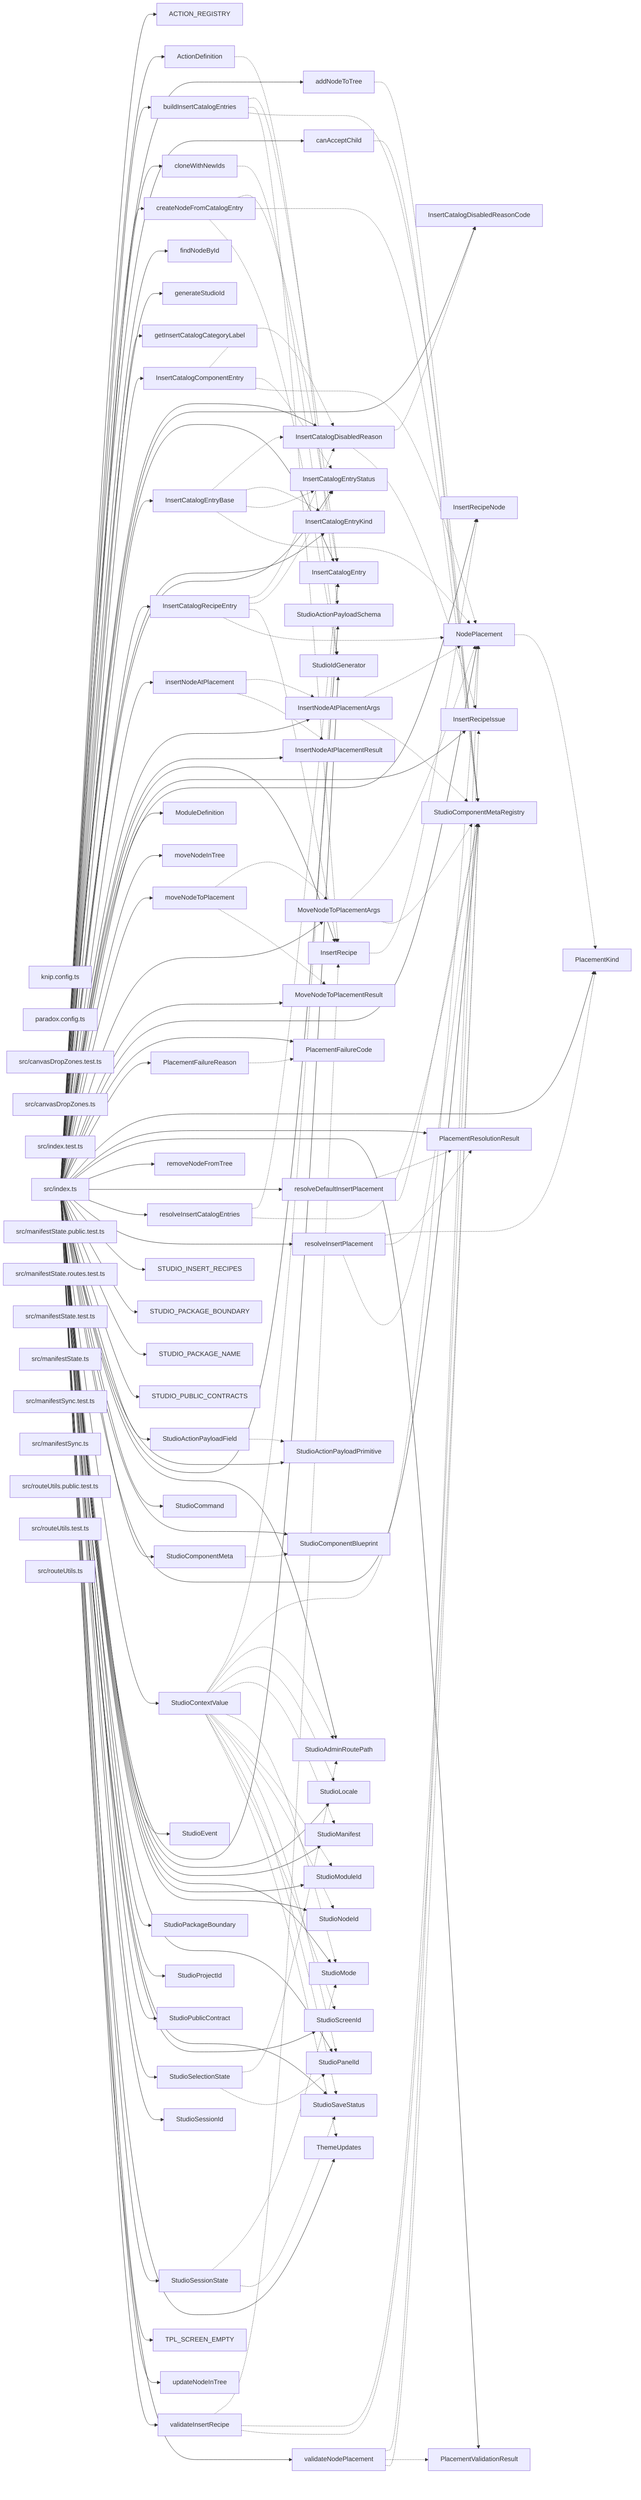
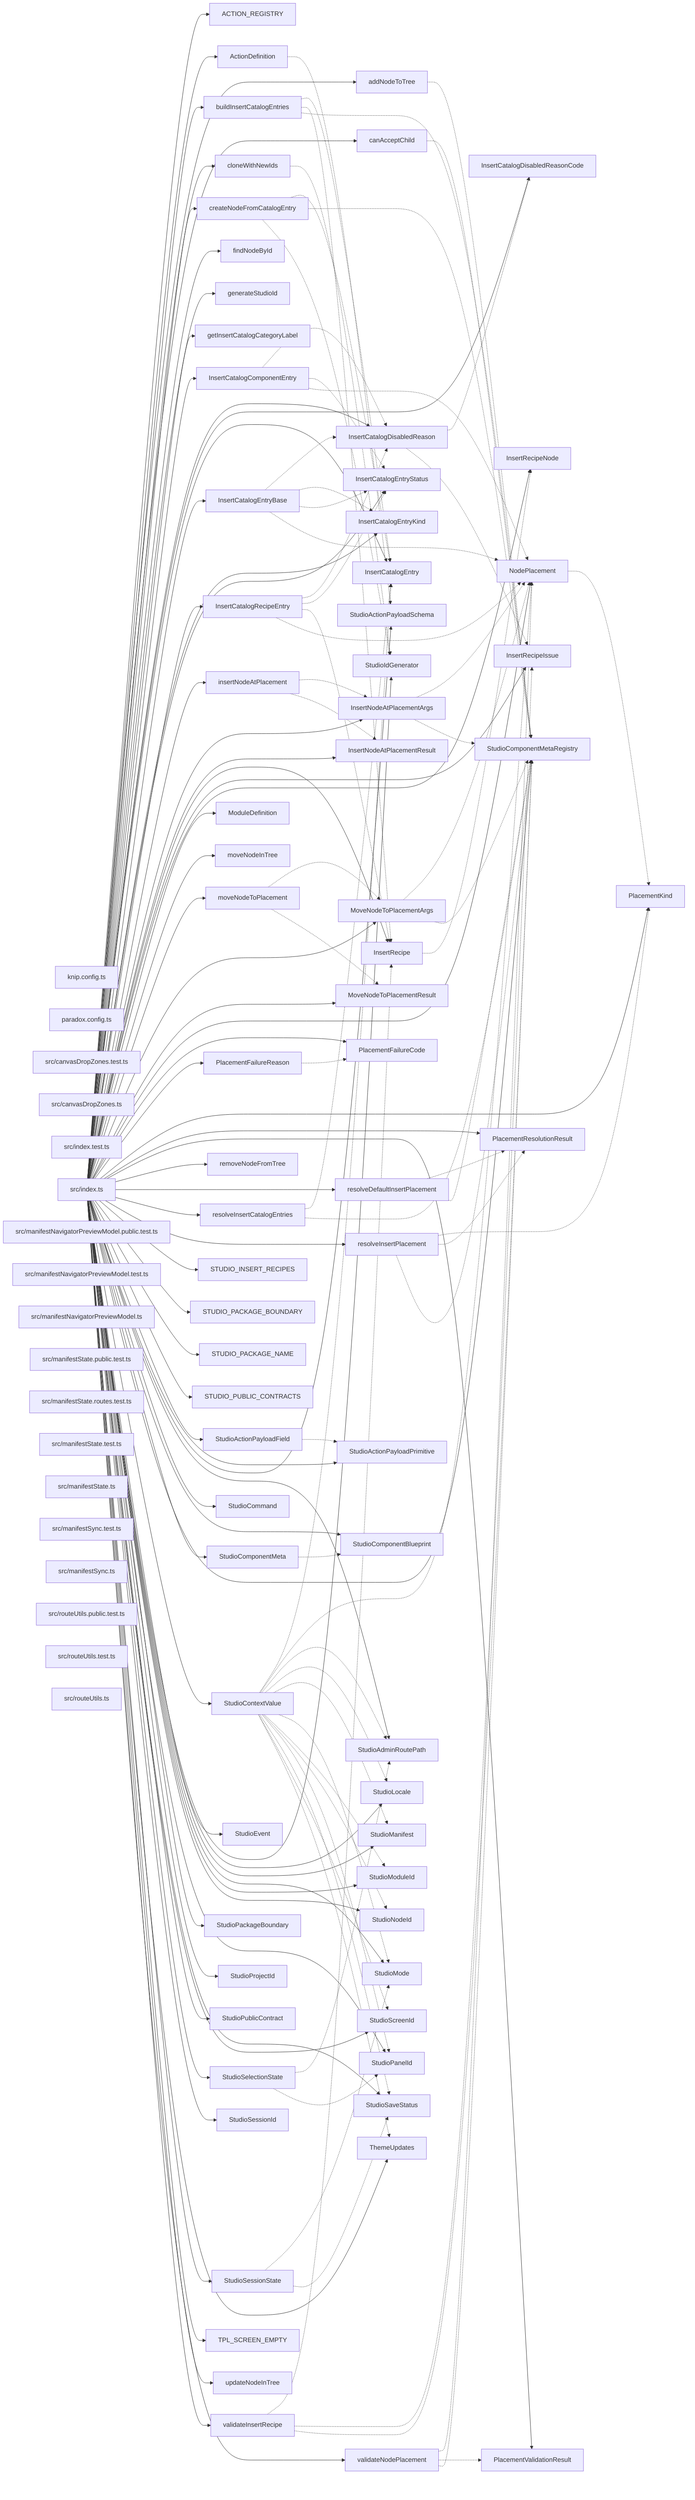
graph LR
  module_knip_config_ts["knip.config.ts"]
  module_paradox_config_ts["paradox.config.ts"]
  module_src_canvasDropZones_test_ts["src/canvasDropZones.test.ts"]
  module_src_canvasDropZones_ts["src/canvasDropZones.ts"]
  module_src_index_test_ts["src/index.test.ts"]
  module_src_index_ts["src/index.ts"]
+   module_src_manifestNavigatorPreviewModel_public_test_ts["src/manifestNavigatorPreviewModel.public.test.ts"]
+   module_src_manifestNavigatorPreviewModel_test_ts["src/manifestNavigatorPreviewModel.test.ts"]
+   module_src_manifestNavigatorPreviewModel_ts["src/manifestNavigatorPreviewModel.ts"]
  module_src_manifestState_public_test_ts["src/manifestState.public.test.ts"]
  module_src_manifestState_routes_test_ts["src/manifestState.routes.test.ts"]
  module_src_manifestState_test_ts["src/manifestState.test.ts"]
  module_src_manifestState_ts["src/manifestState.ts"]
  module_src_manifestSync_test_ts["src/manifestSync.test.ts"]
  module_src_manifestSync_ts["src/manifestSync.ts"]
  module_src_routeUtils_public_test_ts["src/routeUtils.public.test.ts"]
  module_src_routeUtils_test_ts["src/routeUtils.test.ts"]
  module_src_routeUtils_ts["src/routeUtils.ts"]
  export_ACTION_REGISTRY["ACTION_REGISTRY"]
  module_src_index_ts --> export_ACTION_REGISTRY
  export_ActionDefinition["ActionDefinition"]
  module_src_index_ts --> export_ActionDefinition
  export_ActionDefinition -.-> export_StudioActionPayloadSchema
  export_addNodeToTree["addNodeToTree"]
  module_src_index_ts --> export_addNodeToTree
  export_addNodeToTree -.-> export_StudioComponentMetaRegistry
  export_buildInsertCatalogEntries["buildInsertCatalogEntries"]
  module_src_index_ts --> export_buildInsertCatalogEntries
  export_buildInsertCatalogEntries -.-> export_InsertCatalogEntry
  export_buildInsertCatalogEntries -.-> export_InsertRecipe
  export_buildInsertCatalogEntries -.-> export_StudioComponentMetaRegistry
  export_canAcceptChild["canAcceptChild"]
  module_src_index_ts --> export_canAcceptChild
  export_canAcceptChild -.-> export_StudioComponentMetaRegistry
  export_cloneWithNewIds["cloneWithNewIds"]
  module_src_index_ts --> export_cloneWithNewIds
  export_cloneWithNewIds -.-> export_StudioIdGenerator
  export_createNodeFromCatalogEntry["createNodeFromCatalogEntry"]
  module_src_index_ts --> export_createNodeFromCatalogEntry
  export_createNodeFromCatalogEntry -.-> export_InsertCatalogEntry
  export_createNodeFromCatalogEntry -.-> export_StudioComponentMetaRegistry
  export_createNodeFromCatalogEntry -.-> export_StudioIdGenerator
  export_findNodeById["findNodeById"]
  module_src_index_ts --> export_findNodeById
  export_generateStudioId["generateStudioId"]
  module_src_index_ts --> export_generateStudioId
  export_getInsertCatalogCategoryLabel["getInsertCatalogCategoryLabel"]
  module_src_index_ts --> export_getInsertCatalogCategoryLabel
  export_InsertCatalogComponentEntry["InsertCatalogComponentEntry"]
  module_src_index_ts --> export_InsertCatalogComponentEntry
  export_InsertCatalogComponentEntry -.-> export_InsertCatalogDisabledReason
  export_InsertCatalogComponentEntry -.-> export_InsertCatalogEntryStatus
  export_InsertCatalogComponentEntry -.-> export_NodePlacement
  export_InsertCatalogDisabledReason["InsertCatalogDisabledReason"]
  module_src_index_ts --> export_InsertCatalogDisabledReason
  export_InsertCatalogDisabledReason -.-> export_InsertCatalogDisabledReasonCode
  export_InsertCatalogDisabledReason -.-> export_InsertRecipeIssue
  export_InsertCatalogDisabledReasonCode["InsertCatalogDisabledReasonCode"]
  module_src_index_ts --> export_InsertCatalogDisabledReasonCode
  export_InsertCatalogEntry["InsertCatalogEntry"]
  module_src_index_ts --> export_InsertCatalogEntry
  export_InsertCatalogEntryBase["InsertCatalogEntryBase"]
  module_src_index_ts --> export_InsertCatalogEntryBase
  export_InsertCatalogEntryBase -.-> export_InsertCatalogDisabledReason
  export_InsertCatalogEntryBase -.-> export_InsertCatalogEntryKind
  export_InsertCatalogEntryBase -.-> export_InsertCatalogEntryStatus
  export_InsertCatalogEntryBase -.-> export_NodePlacement
  export_InsertCatalogEntryKind["InsertCatalogEntryKind"]
  module_src_index_ts --> export_InsertCatalogEntryKind
  export_InsertCatalogEntryStatus["InsertCatalogEntryStatus"]
  module_src_index_ts --> export_InsertCatalogEntryStatus
  export_InsertCatalogRecipeEntry["InsertCatalogRecipeEntry"]
  module_src_index_ts --> export_InsertCatalogRecipeEntry
  export_InsertCatalogRecipeEntry -.-> export_InsertCatalogDisabledReason
  export_InsertCatalogRecipeEntry -.-> export_InsertCatalogEntryStatus
  export_InsertCatalogRecipeEntry -.-> export_InsertRecipe
  export_InsertCatalogRecipeEntry -.-> export_NodePlacement
  export_insertNodeAtPlacement["insertNodeAtPlacement"]
  module_src_index_ts --> export_insertNodeAtPlacement
  export_insertNodeAtPlacement -.-> export_InsertNodeAtPlacementArgs
  export_insertNodeAtPlacement -.-> export_InsertNodeAtPlacementResult
  export_InsertNodeAtPlacementArgs["InsertNodeAtPlacementArgs"]
  module_src_index_ts --> export_InsertNodeAtPlacementArgs
  export_InsertNodeAtPlacementArgs -.-> export_NodePlacement
  export_InsertNodeAtPlacementArgs -.-> export_StudioComponentMetaRegistry
  export_InsertNodeAtPlacementResult["InsertNodeAtPlacementResult"]
  module_src_index_ts --> export_InsertNodeAtPlacementResult
  export_InsertRecipe["InsertRecipe"]
  module_src_index_ts --> export_InsertRecipe
  export_InsertRecipe -.-> export_InsertRecipeNode
  export_InsertRecipeIssue["InsertRecipeIssue"]
  module_src_index_ts --> export_InsertRecipeIssue
  export_InsertRecipeNode["InsertRecipeNode"]
  module_src_index_ts --> export_InsertRecipeNode
  export_ModuleDefinition["ModuleDefinition"]
  module_src_index_ts --> export_ModuleDefinition
  export_moveNodeInTree["moveNodeInTree"]
  module_src_index_ts --> export_moveNodeInTree
  export_moveNodeToPlacement["moveNodeToPlacement"]
  module_src_index_ts --> export_moveNodeToPlacement
  export_moveNodeToPlacement -.-> export_MoveNodeToPlacementArgs
  export_moveNodeToPlacement -.-> export_MoveNodeToPlacementResult
  export_MoveNodeToPlacementArgs["MoveNodeToPlacementArgs"]
  module_src_index_ts --> export_MoveNodeToPlacementArgs
  export_MoveNodeToPlacementArgs -.-> export_NodePlacement
  export_MoveNodeToPlacementArgs -.-> export_StudioComponentMetaRegistry
  export_MoveNodeToPlacementResult["MoveNodeToPlacementResult"]
  module_src_index_ts --> export_MoveNodeToPlacementResult
  export_NodePlacement["NodePlacement"]
  module_src_index_ts --> export_NodePlacement
  export_NodePlacement -.-> export_PlacementKind
  export_PlacementFailureCode["PlacementFailureCode"]
  module_src_index_ts --> export_PlacementFailureCode
  export_PlacementFailureReason["PlacementFailureReason"]
  module_src_index_ts --> export_PlacementFailureReason
  export_PlacementFailureReason -.-> export_PlacementFailureCode
  export_PlacementKind["PlacementKind"]
  module_src_index_ts --> export_PlacementKind
  export_PlacementResolutionResult["PlacementResolutionResult"]
  module_src_index_ts --> export_PlacementResolutionResult
  export_PlacementValidationResult["PlacementValidationResult"]
  module_src_index_ts --> export_PlacementValidationResult
  export_removeNodeFromTree["removeNodeFromTree"]
  module_src_index_ts --> export_removeNodeFromTree
  export_resolveDefaultInsertPlacement["resolveDefaultInsertPlacement"]
  module_src_index_ts --> export_resolveDefaultInsertPlacement
  export_resolveDefaultInsertPlacement -.-> export_PlacementResolutionResult
  export_resolveDefaultInsertPlacement -.-> export_StudioComponentMetaRegistry
  export_resolveInsertCatalogEntries["resolveInsertCatalogEntries"]
  module_src_index_ts --> export_resolveInsertCatalogEntries
  export_resolveInsertCatalogEntries -.-> export_InsertCatalogEntry
  export_resolveInsertCatalogEntries -.-> export_StudioComponentMetaRegistry
  export_resolveInsertPlacement["resolveInsertPlacement"]
  module_src_index_ts --> export_resolveInsertPlacement
  export_resolveInsertPlacement -.-> export_PlacementKind
  export_resolveInsertPlacement -.-> export_PlacementResolutionResult
  export_resolveInsertPlacement -.-> export_StudioComponentMetaRegistry
  export_STUDIO_INSERT_RECIPES["STUDIO_INSERT_RECIPES"]
  module_src_index_ts --> export_STUDIO_INSERT_RECIPES
  export_STUDIO_PACKAGE_BOUNDARY["STUDIO_PACKAGE_BOUNDARY"]
  module_src_index_ts --> export_STUDIO_PACKAGE_BOUNDARY
  export_STUDIO_PACKAGE_NAME["STUDIO_PACKAGE_NAME"]
  module_src_index_ts --> export_STUDIO_PACKAGE_NAME
  export_STUDIO_PUBLIC_CONTRACTS["STUDIO_PUBLIC_CONTRACTS"]
  module_src_index_ts --> export_STUDIO_PUBLIC_CONTRACTS
  export_StudioActionPayloadField["StudioActionPayloadField"]
  module_src_index_ts --> export_StudioActionPayloadField
  export_StudioActionPayloadField -.-> export_StudioActionPayloadPrimitive
  export_StudioActionPayloadPrimitive["StudioActionPayloadPrimitive"]
  module_src_index_ts --> export_StudioActionPayloadPrimitive
  export_StudioActionPayloadSchema["StudioActionPayloadSchema"]
  module_src_index_ts --> export_StudioActionPayloadSchema
  export_StudioAdminRoutePath["StudioAdminRoutePath"]
  module_src_index_ts --> export_StudioAdminRoutePath
  export_StudioCommand["StudioCommand"]
  module_src_index_ts --> export_StudioCommand
  export_StudioComponentBlueprint["StudioComponentBlueprint"]
  module_src_index_ts --> export_StudioComponentBlueprint
  export_StudioComponentMeta["StudioComponentMeta"]
  module_src_index_ts --> export_StudioComponentMeta
  export_StudioComponentMeta -.-> export_StudioComponentBlueprint
  export_StudioComponentMetaRegistry["StudioComponentMetaRegistry"]
  module_src_index_ts --> export_StudioComponentMetaRegistry
  export_StudioContextValue["StudioContextValue"]
  module_src_index_ts --> export_StudioContextValue
  export_StudioContextValue -.-> export_InsertCatalogEntry
  export_StudioContextValue -.-> export_NodePlacement
  export_StudioContextValue -.-> export_StudioAdminRoutePath
  export_StudioContextValue -.-> export_StudioLocale
  export_StudioContextValue -.-> export_StudioManifest
  export_StudioContextValue -.-> export_StudioMode
  export_StudioContextValue -.-> export_StudioModuleId
  export_StudioContextValue -.-> export_StudioNodeId
  export_StudioContextValue -.-> export_StudioPanelId
  export_StudioContextValue -.-> export_StudioSaveStatus
  export_StudioContextValue -.-> export_StudioScreenId
  export_StudioContextValue -.-> export_ThemeUpdates
  export_StudioEvent["StudioEvent"]
  module_src_index_ts --> export_StudioEvent
  export_StudioIdGenerator["StudioIdGenerator"]
  module_src_index_ts --> export_StudioIdGenerator
  export_StudioLocale["StudioLocale"]
  module_src_index_ts --> export_StudioLocale
  export_StudioManifest["StudioManifest"]
  module_src_index_ts --> export_StudioManifest
  export_StudioMode["StudioMode"]
  module_src_index_ts --> export_StudioMode
  export_StudioModuleId["StudioModuleId"]
  module_src_index_ts --> export_StudioModuleId
  export_StudioNodeId["StudioNodeId"]
  module_src_index_ts --> export_StudioNodeId
  export_StudioPackageBoundary["StudioPackageBoundary"]
  module_src_index_ts --> export_StudioPackageBoundary
  export_StudioPanelId["StudioPanelId"]
  module_src_index_ts --> export_StudioPanelId
  export_StudioProjectId["StudioProjectId"]
  module_src_index_ts --> export_StudioProjectId
  export_StudioPublicContract["StudioPublicContract"]
  module_src_index_ts --> export_StudioPublicContract
  export_StudioSaveStatus["StudioSaveStatus"]
  module_src_index_ts --> export_StudioSaveStatus
  export_StudioScreenId["StudioScreenId"]
  module_src_index_ts --> export_StudioScreenId
  export_StudioSelectionState["StudioSelectionState"]
  module_src_index_ts --> export_StudioSelectionState
  export_StudioSelectionState -.-> export_StudioAdminRoutePath
  export_StudioSelectionState -.-> export_StudioPanelId
  export_StudioSessionId["StudioSessionId"]
  module_src_index_ts --> export_StudioSessionId
  export_StudioSessionState["StudioSessionState"]
  module_src_index_ts --> export_StudioSessionState
  export_StudioSessionState -.-> export_StudioMode
  export_StudioSessionState -.-> export_StudioSaveStatus
  export_ThemeUpdates["ThemeUpdates"]
  module_src_index_ts --> export_ThemeUpdates
  export_TPL_SCREEN_EMPTY["TPL_SCREEN_EMPTY"]
  module_src_index_ts --> export_TPL_SCREEN_EMPTY
  export_updateNodeInTree["updateNodeInTree"]
  module_src_index_ts --> export_updateNodeInTree
  export_validateInsertRecipe["validateInsertRecipe"]
  module_src_index_ts --> export_validateInsertRecipe
  export_validateInsertRecipe -.-> export_InsertRecipe
  export_validateInsertRecipe -.-> export_InsertRecipeIssue
  export_validateInsertRecipe -.-> export_StudioComponentMetaRegistry
  export_validateNodePlacement["validateNodePlacement"]
  module_src_index_ts --> export_validateNodePlacement
  export_validateNodePlacement -.-> export_NodePlacement
  export_validateNodePlacement -.-> export_PlacementValidationResult
  export_validateNodePlacement -.-> export_StudioComponentMetaRegistry
